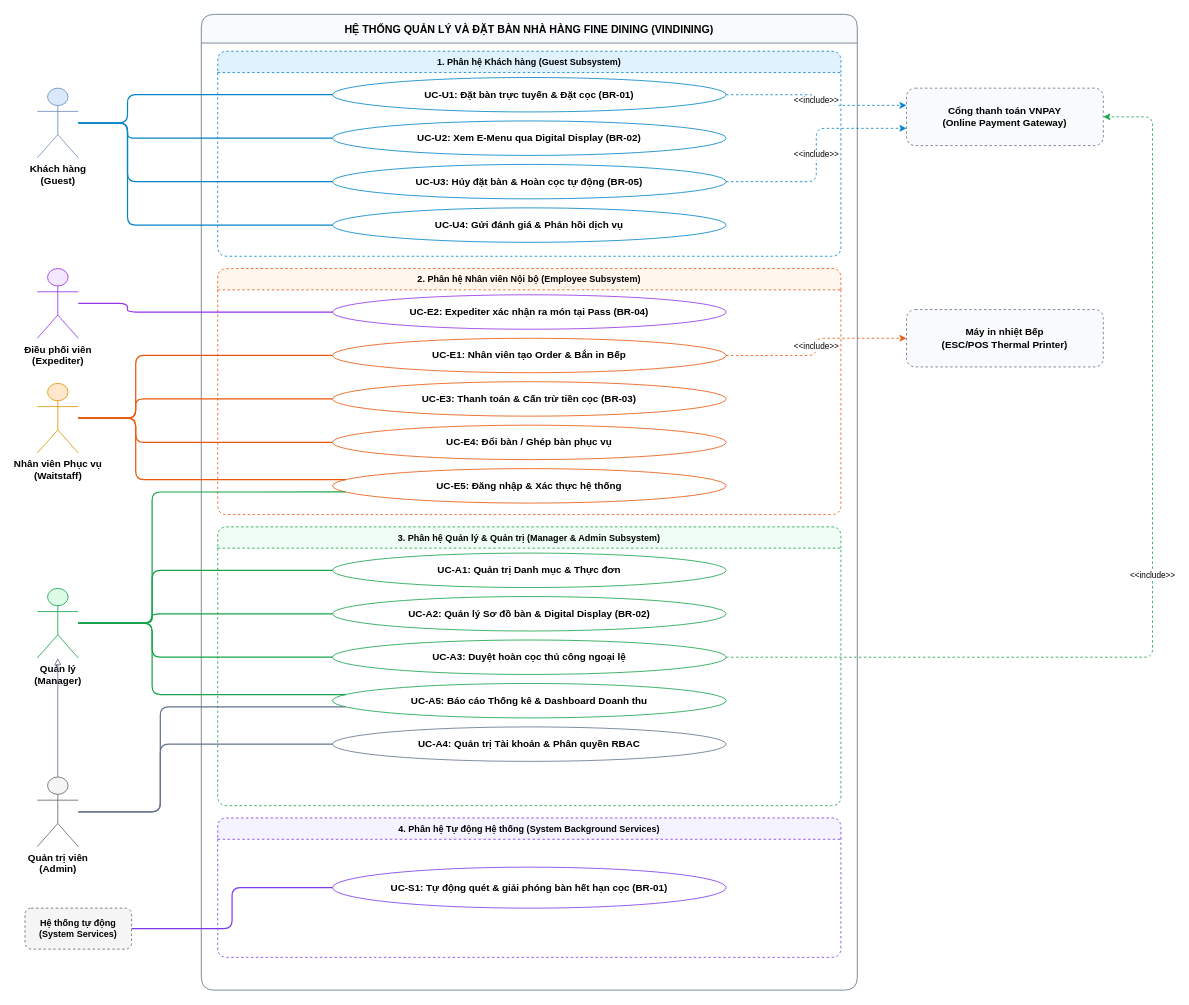
The draw.io diagram docs/phase1/drawio/use_case_overall.drawio in AndrewQng/VinDining, before the edit. Source tidied: cells renumbered, new cells numbered last; positions are measured from the earlier drawing's top-left corner, leaving out a move shared by most shapes. Both pictures are drawn from the tidied source at 82%, with x=0, y=0 at pixel (25, 14).
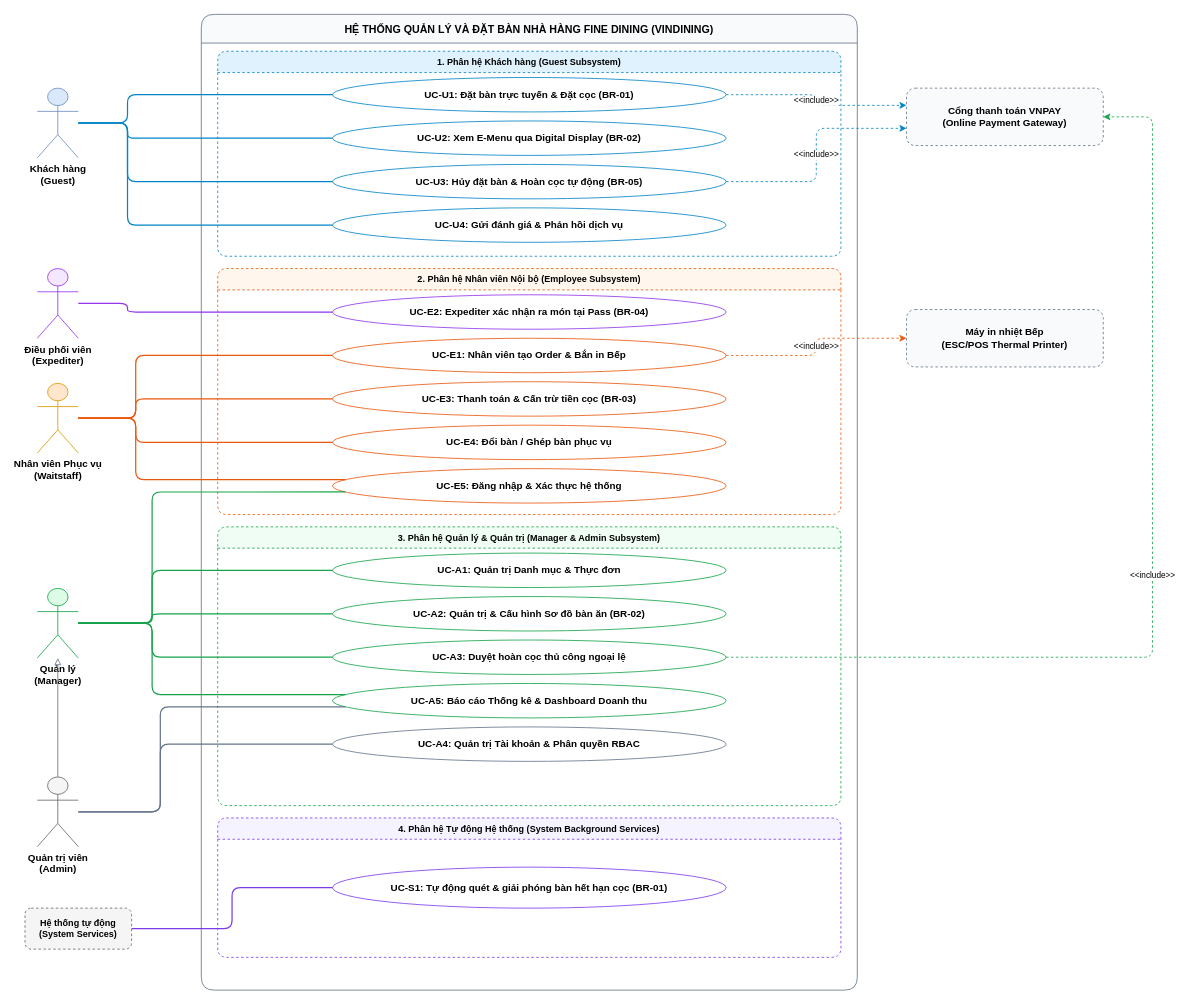
Above is the later version.

Unchanged cells that the change refers to:
```xml
<mxCell id="22" value="3. Phân hệ Quản lý &amp; Quản trị (Manager &amp; Admin Subsystem)" style="swimlane;startSize=26;fillColor=#f0fdf4;strokeColor=#16a34a;fontStyle=1;rounded=1;fontSize=11;dashed=1;" parent="10" vertex="1">
  <mxGeometry x="20" y="625" width="760" height="340" as="geometry" />
</mxCell>
```

What changed in the source:
```diff
@@
-    <mxCell id="24" value="UC-A2: Quản lý Sơ đồ bàn &amp; Digital Display (BR-02)" style="ellipse;whiteSpace=wrap;html=1;fillColor=#ffffff;strokeColor=#16a34a;fontSize=12;fontStyle=1;" parent="22" vertex="1">
+    <mxCell id="24" value="UC-A2: Quản trị &amp; Cấu hình Sơ đồ bàn ăn (BR-02)" style="ellipse;whiteSpace=wrap;html=1;fillColor=#ffffff;strokeColor=#16a34a;fontSize=12;fontStyle=1;" parent="22" vertex="1">
       <mxGeometry x="140" y="85" width="480" height="42" as="geometry" />
     </mxCell>
```
